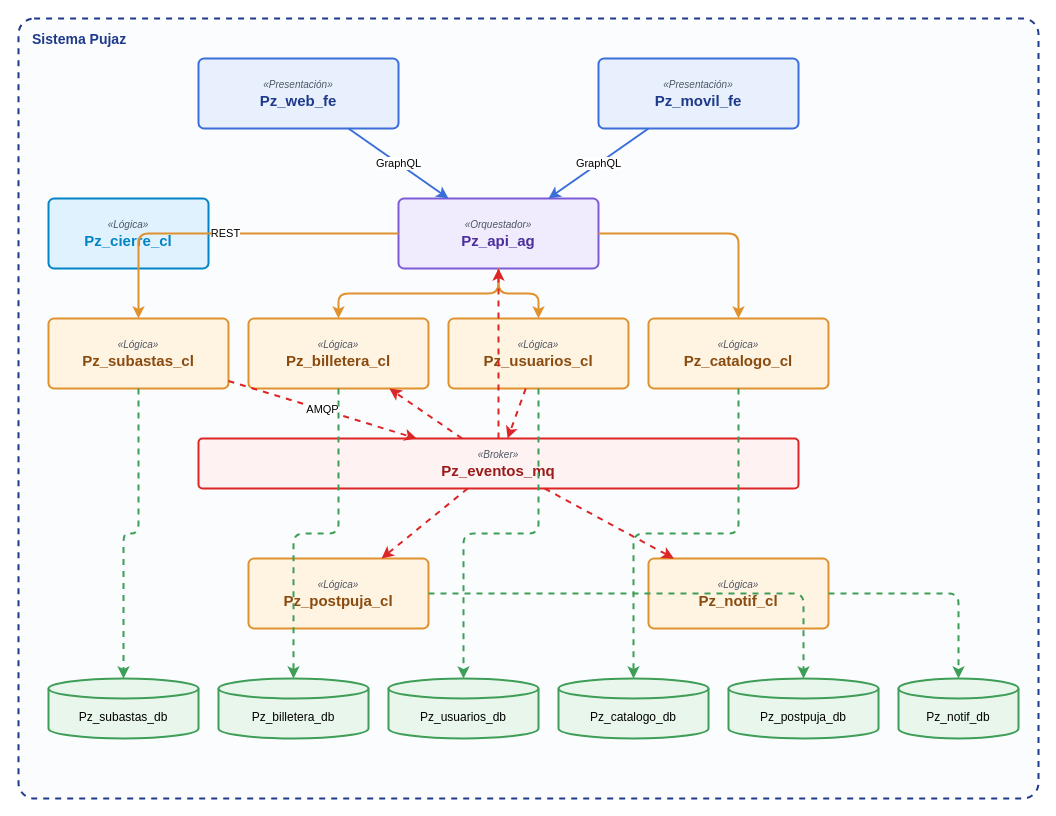
heider88/Pujaz keeps this draw.io diagram as docs/vista-cc.drawio. Above is the earlier version. Source tidied: cells renumbered, new cells numbered last; positions are measured from the earlier drawing's top-left corner, leaving out a move shared by most shapes. Both pictures are drawn from the tidied source at 100%, with x=0, y=0 at pixel (18, 18).
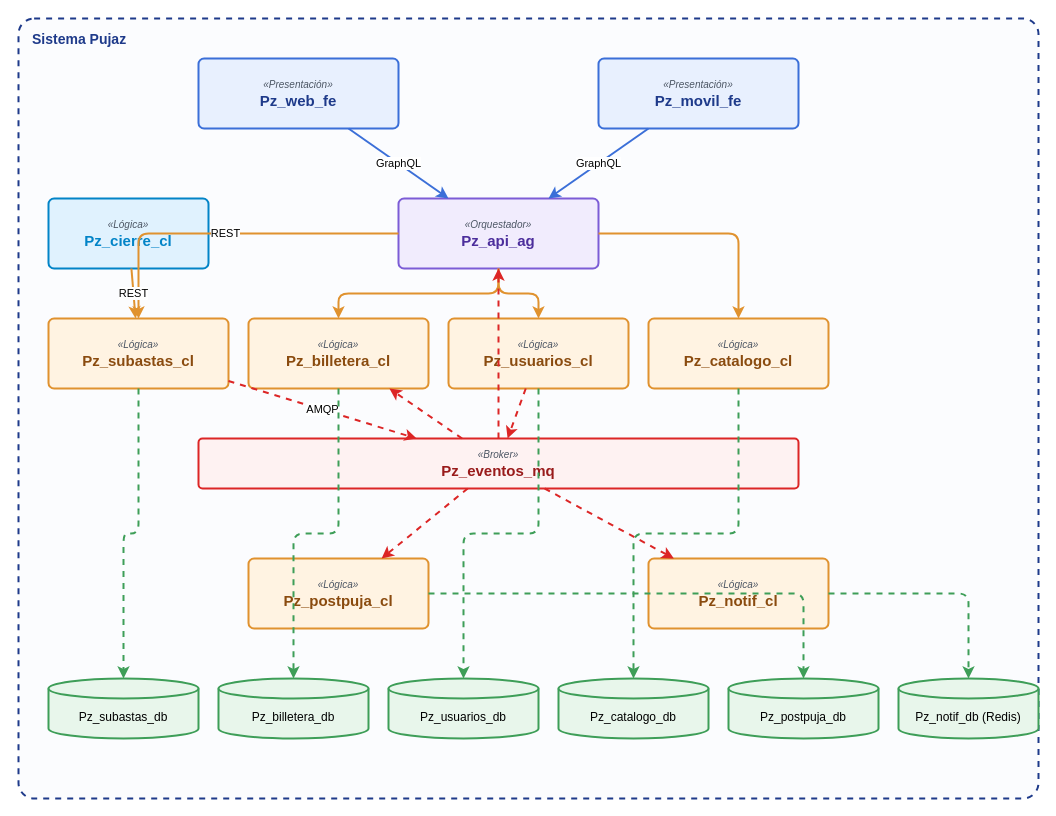
The same diagram, later.

Commit message (it also covers changes not shown here):
fix(web): agregar tipo CHARGE, toast de subasta ganada y actualizar vista C&C

Unchanged cells that the change refers to:
```xml
<mxCell id="6" value="&lt;i style='font-size:10px;color:#4B5563'&gt;«Lógica»&lt;/i&gt;&lt;br&gt;&lt;b style='font-size:15px;color:#0284C7'&gt;Pz_cierre_cl&lt;/b&gt;" style="rounded=1;arcSize=8;html=1;whiteSpace=wrap;fillColor=#E0F2FE;strokeColor=#0284C7;strokeWidth=2;" parent="1" vertex="1">
  <mxGeometry x="30" y="180" width="160" height="70" as="geometry" />
</mxCell>
<mxCell id="7" value="&lt;i style='font-size:10px;color:#4B5563'&gt;«Lógica»&lt;/i&gt;&lt;br&gt;&lt;b style='font-size:15px;color:#8A4B0F'&gt;Pz_subastas_cl&lt;/b&gt;" style="rounded=1;arcSize=8;html=1;whiteSpace=wrap;fillColor=#FFF3E2;strokeColor=#E0922F;strokeWidth=2;" parent="1" vertex="1">
  <mxGeometry x="30" y="300" width="180" height="70" as="geometry" />
</mxCell>
```

The edit, as a diff of the source:
```diff
@@
-    <mxCell id="19" value="Pz_notif_db" style="shape=cylinder3;boundedLbl=1;size=10;html=1;whiteSpace=wrap;fillColor=#E8F6EB;strokeColor=#3E9E58;strokeWidth=2;" parent="1" vertex="1">
-      <mxGeometry x="880" y="660" width="120" height="60" as="geometry" />
+    <mxCell id="19" value="Pz_notif_db (Redis)" style="shape=cylinder3;boundedLbl=1;size=10;html=1;whiteSpace=wrap;fillColor=#E8F6EB;strokeColor=#3E9E58;strokeWidth=2;" parent="1" vertex="1">
+      <mxGeometry x="880" y="660" width="140" height="60" as="geometry" />
     </mxCell>
@@
+    <mxCell id="38" value="REST" style="endArrow=classic;html=1;strokeColor=#E0922F;strokeWidth=2;" parent="1" edge="1" source="6" target="7">
+      <mxGeometry relative="1" as="geometry" />
+    </mxCell>
```
